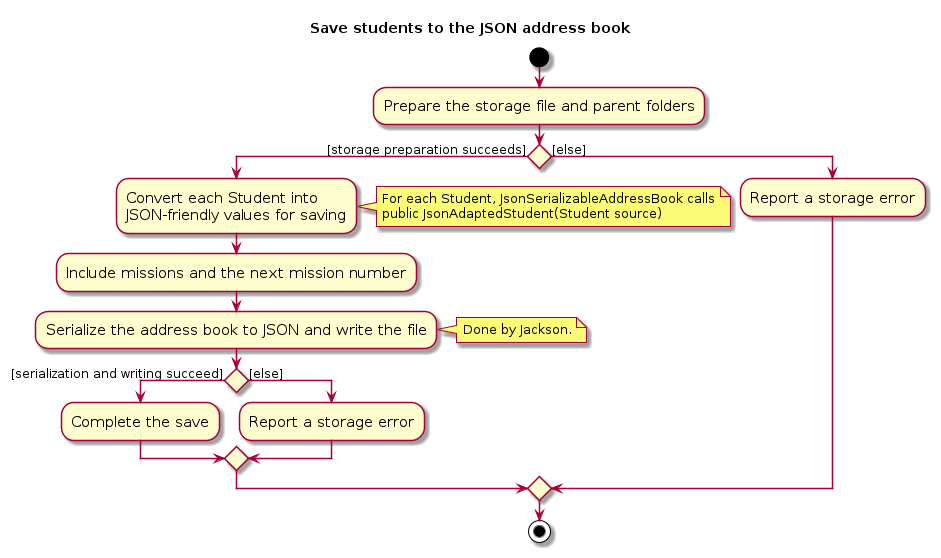
Before: diagrams/SaveAdaptedStudentActivityDiagram.png, a diagram exported from PlantUML (AY2627S1-CS2103T-F14a-1/tp). Its source is kept beside it as diagrams/SaveAdaptedStudentActivityDiagram.puml.
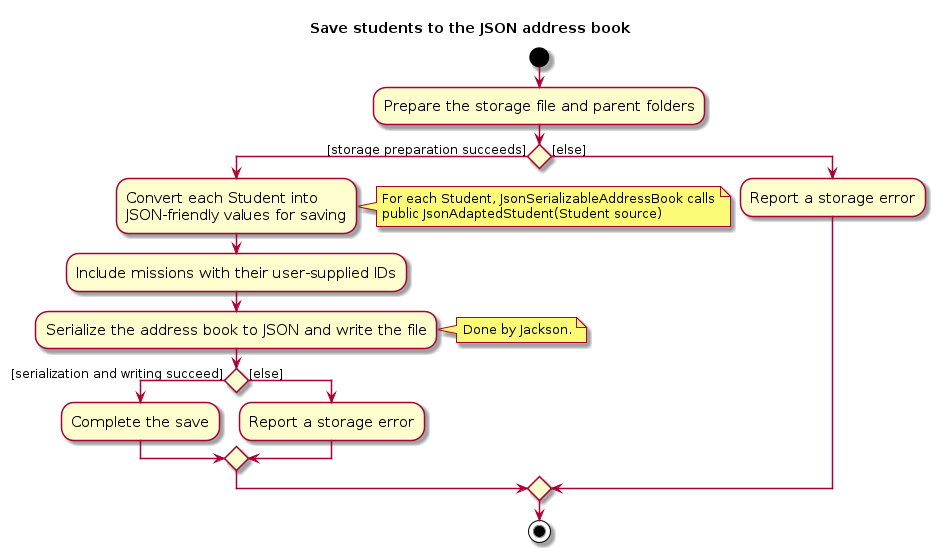
The same diagram one commit later.

Diff of the diagram source:
```diff
@@ -13,7 +13,7 @@
         For each Student, JsonSerializableAddressBook calls
         public JsonAdaptedStudent(Student source)
     end note
-    :Include missions and the next mission number;
+    :Include missions with their user-supplied IDs;
     :Serialize the address book to JSON and write the file;
     note right
         Done by Jackson.
```
